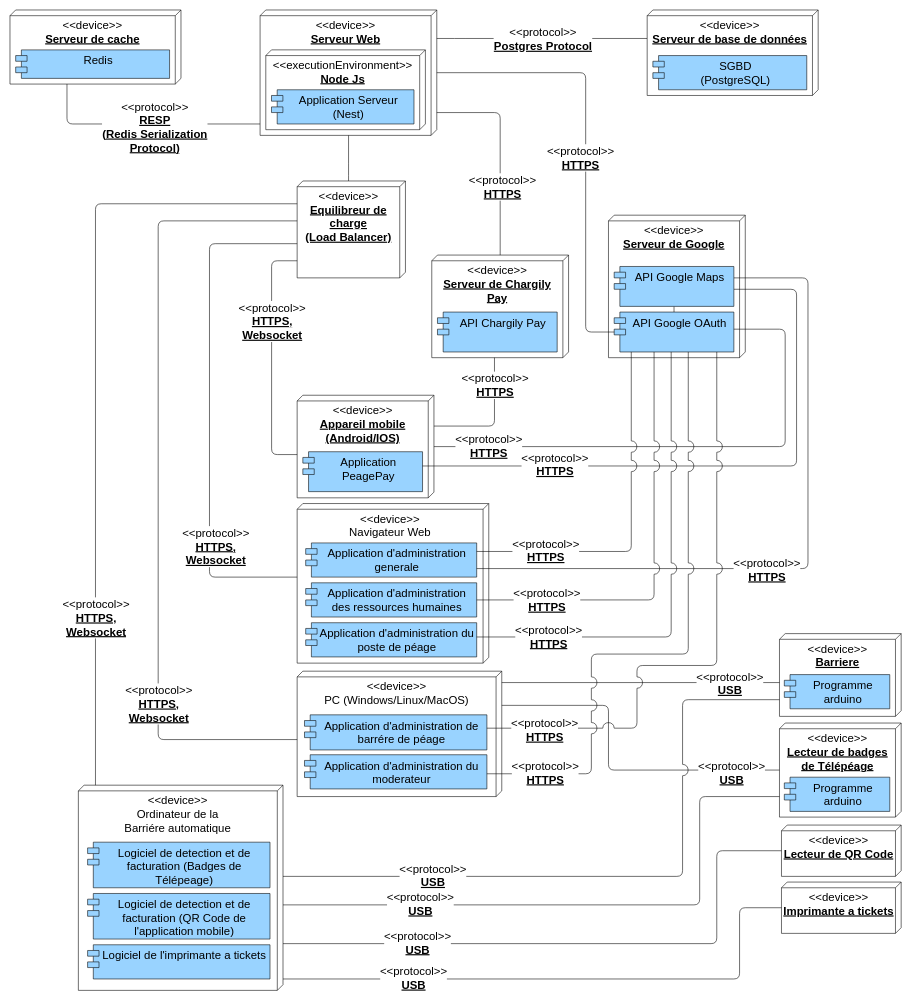
devlotfi/peage-pay keeps this draw.io diagram as diagrams/deployment.drawio. Above is the earlier version. Source tidied: cells renumbered, new cells numbered last; positions are measured from the earlier drawing's top-left corner, leaving out a move shared by most shapes. Both pictures are drawn from the tidied source at 57%, with x=0, y=0 at pixel (10, 10).
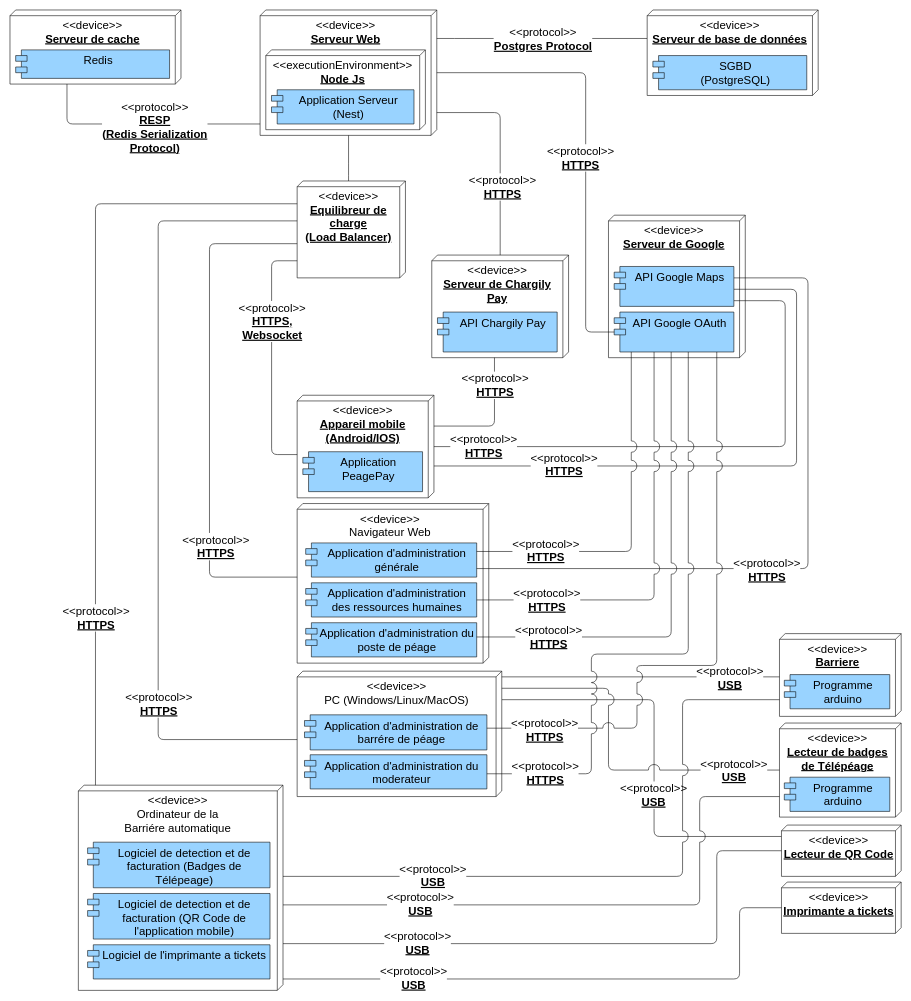
Above is the later version.

Unchanged cells that the change refers to:
```xml
<mxCell id="9" value="&lt;div style=&quot;font-size: 20px;&quot;&gt;&amp;lt;&amp;lt;device&amp;gt;&amp;gt;&lt;/div&gt;&lt;b style=&quot;font-size: 20px;&quot;&gt;&lt;u style=&quot;font-size: 20px;&quot;&gt;Appareil mobile (Android/IOS)&lt;/u&gt;&lt;/b&gt;" style="verticalAlign=top;align=center;spacingTop=8;spacingLeft=2;spacingRight=12;shape=cube;size=10;direction=south;fontStyle=0;html=1;whiteSpace=wrap;fontSize=20;" parent="1" vertex="1">
  <mxGeometry x="503.8" y="675.9" width="240" height="180" as="geometry" />
</mxCell>
<mxCell id="12" value="Application PeagePay" style="shape=module;align=center;spacingLeft=20;align=center;verticalAlign=top;whiteSpace=wrap;html=1;strokeColor=default;fontFamily=Helvetica;fontSize=20;fontColor=default;fillColor=#99D3FF;" parent="1" vertex="1">
  <mxGeometry x="513.8" y="775" width="210" height="70" as="geometry" />
</mxCell>
<mxCell id="19" value="&lt;div style=&quot;font-size: 20px;&quot;&gt;&amp;lt;&amp;lt;device&amp;gt;&amp;gt;&lt;/div&gt;&lt;div style=&quot;font-size: 20px;&quot;&gt;PC (Windows/Linux/MacOS)&lt;/div&gt;" style="verticalAlign=top;align=center;spacingTop=8;spacingLeft=2;spacingRight=12;shape=cube;size=10;direction=south;fontStyle=0;html=1;whiteSpace=wrap;fontSize=20;" parent="1" vertex="1">
  <mxGeometry x="503.8" y="1160" width="359" height="220" as="geometry" />
</mxCell>
<mxCell id="26" value="&lt;div style=&quot;font-size: 20px;&quot;&gt;&amp;lt;&amp;lt;device&amp;gt;&amp;gt;&lt;/div&gt;&lt;b style=&quot;font-size: 20px;&quot;&gt;&lt;u style=&quot;font-size: 20px;&quot;&gt;Lecteur de badges de Télépéage&lt;/u&gt;&lt;/b&gt;" style="verticalAlign=top;align=center;spacingTop=8;spacingLeft=2;spacingRight=12;shape=cube;size=10;direction=south;fontStyle=0;html=1;whiteSpace=wrap;fontSize=20;" parent="1" vertex="1">
  <mxGeometry x="1350" y="1251" width="213.5" height="165" as="geometry" />
</mxCell>
<mxCell id="27" value="&lt;div style=&quot;font-size: 20px;&quot;&gt;&amp;lt;&amp;lt;device&amp;gt;&amp;gt;&lt;/div&gt;&lt;b style=&quot;font-size: 20px;&quot;&gt;&lt;u style=&quot;font-size: 20px;&quot;&gt;Barriere&lt;/u&gt;&lt;/b&gt;" style="verticalAlign=top;align=center;spacingTop=8;spacingLeft=2;spacingRight=12;shape=cube;size=10;direction=south;fontStyle=0;html=1;whiteSpace=wrap;fontSize=20;" parent="1" vertex="1">
  <mxGeometry x="1350" y="1094.1" width="213.5" height="145.2" as="geometry" />
</mxCell>
<mxCell id="28" value="&lt;div style=&quot;font-size: 20px;&quot;&gt;&amp;lt;&amp;lt;device&amp;gt;&amp;gt;&lt;/div&gt;&lt;b style=&quot;font-size: 20px;&quot;&gt;&lt;u style=&quot;font-size: 20px;&quot;&gt;Lecteur de QR Code&lt;/u&gt;&lt;/b&gt;" style="verticalAlign=top;align=center;spacingTop=8;spacingLeft=2;spacingRight=12;shape=cube;size=10;direction=south;fontStyle=0;html=1;whiteSpace=wrap;fontSize=20;" parent="1" vertex="1">
  <mxGeometry x="1353.5" y="1430" width="210" height="90" as="geometry" />
</mxCell>
<mxCell id="32" style="edgeStyle=orthogonalEdgeStyle;rounded=1;jettySize=auto;html=1;strokeColor=default;align=center;verticalAlign=middle;fontFamily=Helvetica;fontSize=20;fontColor=default;labelBackgroundColor=default;endArrow=none;endFill=0;" parent="1" edge="1" source="15" target="8">
  <mxGeometry relative="1" as="geometry">
    <Array as="points">
      <mxPoint x="350" y="995" />
      <mxPoint x="350" y="410" />
    </Array>
  </mxGeometry>
</mxCell>
<mxCell id="34" style="edgeStyle=orthogonalEdgeStyle;rounded=1;jettySize=auto;html=1;strokeColor=default;align=center;verticalAlign=middle;fontFamily=Helvetica;fontSize=20;fontColor=default;labelBackgroundColor=default;endArrow=none;endFill=0;" parent="1" edge="1" source="19" target="8">
  <mxGeometry relative="1" as="geometry">
    <Array as="points">
      <mxPoint x="260" y="1280" />
      <mxPoint x="260" y="370" />
    </Array>
  </mxGeometry>
</mxCell>
<mxCell id="40" style="edgeStyle=orthogonalEdgeStyle;rounded=1;jettySize=auto;html=1;strokeColor=default;align=center;verticalAlign=middle;fontFamily=Helvetica;fontSize=20;fontColor=default;labelBackgroundColor=default;endArrow=none;endFill=0;" parent="1" edge="1" source="36" target="8">
  <mxGeometry relative="1" as="geometry">
    <Array as="points">
      <mxPoint x="150" y="340" />
    </Array>
  </mxGeometry>
</mxCell>
<mxCell id="63" value="API Google Maps" style="shape=module;align=center;spacingLeft=20;align=center;verticalAlign=top;whiteSpace=wrap;html=1;strokeColor=default;fontFamily=Helvetica;fontSize=20;fontColor=default;fillColor=#99D3FF;" parent="1" vertex="1">
  <mxGeometry x="1060" y="450" width="210" height="70" as="geometry" />
</mxCell>
```

Change to the diagram source:
```diff
@@
-    <mxCell id="16" value="Application d'administration generale" style="shape=module;align=center;spacingLeft=20;align=center;verticalAlign=top;whiteSpace=wrap;html=1;strokeColor=default;fontFamily=Helvetica;fontSize=20;fontColor=default;fillColor=#99D3FF;" parent="1" vertex="1">
+    <mxCell id="16" value="Application d'administration générale" style="shape=module;align=center;spacingLeft=20;align=center;verticalAlign=top;whiteSpace=wrap;html=1;strokeColor=default;fontFamily=Helvetica;fontSize=20;fontColor=default;fillColor=#99D3FF;" parent="1" vertex="1">
       <mxGeometry x="518.8" y="935" width="300" height="60" as="geometry" />
     </mxCell>
@@
+    <mxCell id="81" style="edgeStyle=orthogonalEdgeStyle;rounded=1;jumpStyle=arc;jumpSize=20;jettySize=auto;html=1;strokeColor=default;align=center;verticalAlign=middle;fontFamily=Helvetica;fontSize=20;fontColor=default;labelBackgroundColor=default;endArrow=none;endFill=0;" parent="1" edge="1" source="19" target="28">
+      <mxGeometry relative="1" as="geometry">
+        <Array as="points">
+          <mxPoint x="1130" y="1210" />
+          <mxPoint x="1130" y="1450" />
+        </Array>
+      </mxGeometry>
+    </mxCell>
+    <mxCell id="82" value="&amp;lt;&amp;lt;protocol&amp;gt;&amp;gt;&lt;div&gt;&lt;b&gt;&lt;u&gt;USB&lt;/u&gt;&lt;/b&gt;&lt;/div&gt;" style="edgeLabel;html=1;align=center;verticalAlign=middle;fontFamily=Helvetica;fontSize=20;fontColor=default;labelBackgroundColor=default;" parent="81" vertex="1">
+      <mxGeometry x="0.19" y="-2" relative="1" as="geometry">
+        <mxPoint y="-1" as="offset" />
+      </mxGeometry>
+    </mxCell>
@@
-    <mxCell id="33" value="&amp;lt;&amp;lt;protocol&amp;gt;&amp;gt;&lt;div style=&quot;font-size: 20px;&quot;&gt;&lt;u style=&quot;font-size: 20px;&quot;&gt;&lt;b style=&quot;font-size: 20px;&quot;&gt;HTTPS,&lt;/b&gt;&lt;/u&gt;&lt;/div&gt;&lt;div style=&quot;font-size: 20px;&quot;&gt;&lt;u style=&quot;font-size: 20px;&quot;&gt;&lt;b style=&quot;font-size: 20px;&quot;&gt;Websocket&lt;/b&gt;&lt;/u&gt;&lt;/div&gt;" style="edgeLabel;html=1;align=center;verticalAlign=middle;fontFamily=Helvetica;fontSize=20;fontColor=default;labelBackgroundColor=default;rounded=1;strokeColor=default;" parent="32" vertex="1">
+    <mxCell id="33" value="&amp;lt;&amp;lt;protocol&amp;gt;&amp;gt;&lt;div style=&quot;font-size: 20px;&quot;&gt;&lt;u style=&quot;font-size: 20px;&quot;&gt;&lt;b style=&quot;font-size: 20px;&quot;&gt;HTTPS&lt;/b&gt;&lt;/u&gt;&lt;/div&gt;" style="edgeLabel;html=1;align=center;verticalAlign=middle;fontFamily=Helvetica;fontSize=20;fontColor=default;labelBackgroundColor=default;rounded=1;strokeColor=default;" parent="32" vertex="1">
       <mxGeometry x="0.02" y="-4" relative="1" as="geometry">
         <mxPoint x="6" y="247" as="offset" />
       </mxGeometry>
     </mxCell>
@@
-    <mxCell id="35" value="&amp;lt;&amp;lt;protocol&amp;gt;&amp;gt;&lt;div style=&quot;font-size: 20px;&quot;&gt;&lt;u style=&quot;font-size: 20px;&quot;&gt;&lt;b style=&quot;font-size: 20px;&quot;&gt;HTTPS,&lt;/b&gt;&lt;/u&gt;&lt;/div&gt;&lt;div style=&quot;font-size: 20px;&quot;&gt;&lt;u style=&quot;font-size: 20px;&quot;&gt;&lt;b style=&quot;font-size: 20px;&quot;&gt;Websocket&lt;/b&gt;&lt;/u&gt;&lt;/div&gt;" style="edgeLabel;html=1;align=center;verticalAlign=middle;fontFamily=Helvetica;fontSize=20;fontColor=default;labelBackgroundColor=default;rounded=1;strokeColor=default;" parent="34" vertex="1">
+    <mxCell id="35" value="&amp;lt;&amp;lt;protocol&amp;gt;&amp;gt;&lt;div style=&quot;font-size: 20px;&quot;&gt;&lt;u style=&quot;font-size: 20px;&quot;&gt;&lt;b style=&quot;font-size: 20px;&quot;&gt;HTTPS&lt;/b&gt;&lt;/u&gt;&lt;/div&gt;" style="edgeLabel;html=1;align=center;verticalAlign=middle;fontFamily=Helvetica;fontSize=20;fontColor=default;labelBackgroundColor=default;rounded=1;strokeColor=default;" parent="34" vertex="1">
       <mxGeometry x="0.02" y="-4" relative="1" as="geometry">
         <mxPoint x="-4" y="406" as="offset" />
       </mxGeometry>
     </mxCell>
@@
-    <mxCell id="41" value="&amp;lt;&amp;lt;protocol&amp;gt;&amp;gt;&lt;div style=&quot;font-size: 20px;&quot;&gt;&lt;u style=&quot;font-size: 20px;&quot;&gt;&lt;b style=&quot;font-size: 20px;&quot;&gt;HTTPS,&lt;/b&gt;&lt;/u&gt;&lt;/div&gt;&lt;div style=&quot;font-size: 20px;&quot;&gt;&lt;u style=&quot;font-size: 20px;&quot;&gt;&lt;b style=&quot;font-size: 20px;&quot;&gt;Websocket&lt;/b&gt;&lt;/u&gt;&lt;/div&gt;" style="edgeLabel;html=1;align=center;verticalAlign=middle;fontFamily=Helvetica;fontSize=20;fontColor=default;labelBackgroundColor=default;rounded=1;strokeColor=default;" parent="40" vertex="1">
+    <mxCell id="41" value="&amp;lt;&amp;lt;protocol&amp;gt;&amp;gt;&lt;div style=&quot;font-size: 20px;&quot;&gt;&lt;u style=&quot;font-size: 20px;&quot;&gt;&lt;b style=&quot;font-size: 20px;&quot;&gt;HTTPS&lt;/b&gt;&lt;/u&gt;&lt;/div&gt;" style="edgeLabel;html=1;align=center;verticalAlign=middle;fontFamily=Helvetica;fontSize=20;fontColor=default;labelBackgroundColor=default;rounded=1;strokeColor=default;" parent="40" vertex="1">
       <mxGeometry x="0.02" y="-4" relative="1" as="geometry">
         <mxPoint x="-4" y="406" as="offset" />
       </mxGeometry>
     </mxCell>
     <mxCell id="42" style="edgeStyle=orthogonalEdgeStyle;rounded=1;jettySize=auto;html=1;strokeColor=default;align=center;verticalAlign=middle;fontFamily=Helvetica;fontSize=20;fontColor=default;labelBackgroundColor=default;endArrow=none;endFill=0;jumpStyle=arc;jumpSize=20;" parent="1" edge="1" source="27" target="19">
       <mxGeometry relative="1" as="geometry">
         <Array as="points">
-          <mxPoint x="1330" y="1180" />
-          <mxPoint x="1330" y="1180" />
+          <mxPoint x="1230" y="1170" />
+          <mxPoint x="1230" y="1170" />
         </Array>
       </mxGeometry>
     </mxCell>
@@
     <mxCell id="44" style="edgeStyle=orthogonalEdgeStyle;rounded=1;jettySize=auto;html=1;strokeColor=default;align=center;verticalAlign=middle;fontFamily=Helvetica;fontSize=20;fontColor=default;labelBackgroundColor=default;endArrow=none;endFill=0;jumpStyle=arc;jumpSize=20;" parent="1" edge="1" source="26" target="19">
       <mxGeometry relative="1" as="geometry">
         <Array as="points">
-          <mxPoint x="1050" y="1334" />
-          <mxPoint x="1050" y="1220" />
+          <mxPoint x="1050" y="1333" />
+          <mxPoint x="1050" y="1190" />
         </Array>
       </mxGeometry>
     </mxCell>
     <mxCell id="45" value="&lt;span style=&quot;font-size: 20px;&quot;&gt;&amp;lt;&amp;lt;protocol&amp;gt;&amp;gt;&lt;/span&gt;&lt;div style=&quot;font-size: 20px;&quot;&gt;&lt;b&gt;&lt;u&gt;USB&lt;/u&gt;&lt;/b&gt;&lt;/div&gt;" style="edgeLabel;html=1;align=center;verticalAlign=middle;" parent="44" vertex="1">
       <mxGeometry x="0.63" y="-1" relative="1" as="geometry">
-        <mxPoint x="292" y="118" as="offset" />
+        <mxPoint x="290" y="144" as="offset" />
       </mxGeometry>
     </mxCell>
@@
     <mxCell id="59" style="edgeStyle=orthogonalEdgeStyle;rounded=1;jettySize=auto;html=1;strokeColor=default;align=center;verticalAlign=middle;fontFamily=Helvetica;fontSize=20;fontColor=default;labelBackgroundColor=default;endArrow=none;endFill=0;jumpStyle=arc;jumpSize=20;" parent="1" edge="1" source="63" target="9">
       <mxGeometry relative="1" as="geometry">
         <Array as="points">
-          <mxPoint x="1165" y="560" />
-          <mxPoint x="1360" y="560" />
+          <mxPoint x="1360" y="510" />
           <mxPoint x="1360" y="766" />
         </Array>
       </mxGeometry>
     </mxCell>
@@
-    <mxCell id="61" style="edgeStyle=orthogonalEdgeStyle;rounded=1;jettySize=auto;html=1;strokeColor=default;align=center;verticalAlign=middle;fontFamily=Helvetica;fontSize=20;fontColor=default;labelBackgroundColor=default;endArrow=none;endFill=0;jumpStyle=arc;jumpSize=20;" parent="1" edge="1" source="63" target="12">
+    <mxCell id="61" style="edgeStyle=orthogonalEdgeStyle;rounded=1;jettySize=auto;html=1;strokeColor=default;align=center;verticalAlign=middle;fontFamily=Helvetica;fontSize=20;fontColor=default;labelBackgroundColor=default;endArrow=none;endFill=0;jumpStyle=arc;jumpSize=20;" parent="1" edge="1" source="63" target="9">
       <mxGeometry relative="1" as="geometry">
         <Array as="points">
           <mxPoint x="1380" y="490" />
           <mxPoint x="1380" y="800" />
         </Array>
       </mxGeometry>
     </mxCell>
```
